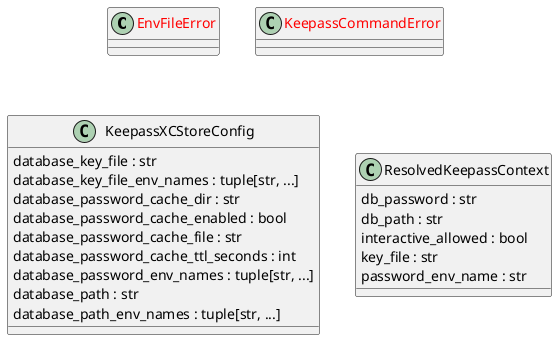
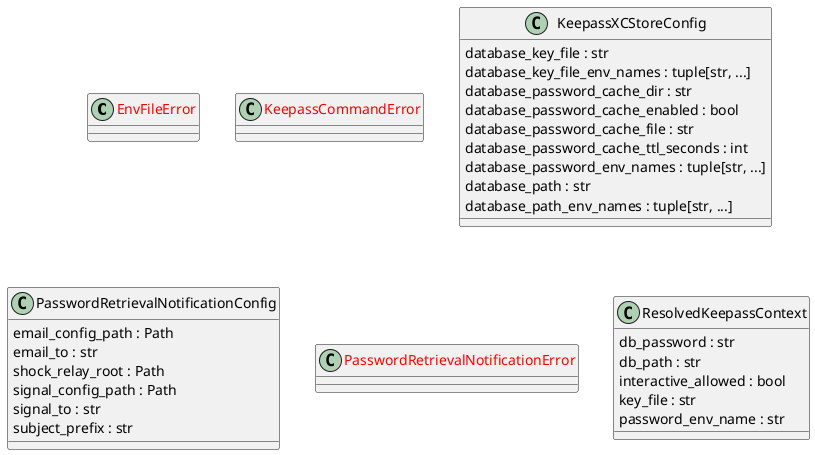
@startuml classes_auto-pass
set namespaceSeparator none
class "<color:red>EnvFileError</color>" as src.auto_pass.envfile.EnvFileError {
}
class "<color:red>KeepassCommandError</color>" as src.auto_pass.keepassxc.KeepassCommandError {
}
class "KeepassXCStoreConfig" as src.auto_pass.keepassxc.KeepassXCStoreConfig {
  database_key_file : str
  database_key_file_env_names : tuple[str, ...]
  database_password_cache_dir : str
  database_password_cache_enabled : bool
  database_password_cache_file : str
  database_password_cache_ttl_seconds : int
  database_password_env_names : tuple[str, ...]
  database_path : str
  database_path_env_names : tuple[str, ...]
}
+ class "PasswordRetrievalNotificationConfig" as src.auto_pass.notifications.PasswordRetrievalNotificationConfig {
+   email_config_path : Path
+   email_to : str
+   shock_relay_root : Path
+   signal_config_path : Path
+   signal_to : str
+   subject_prefix : str
+ }
+ class "<color:red>PasswordRetrievalNotificationError</color>" as src.auto_pass.notifications.PasswordRetrievalNotificationError {
+ }
class "ResolvedKeepassContext" as src.auto_pass.keepassxc.ResolvedKeepassContext {
  db_password : str
  db_path : str
  interactive_allowed : bool
  key_file : str
  password_env_name : str
}
@enduml
